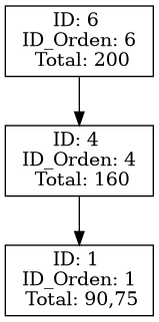
Above: FASE#2/AutoGest/reports/Facturacion.png in EstebanTrampe01/-EDD-1S2025_202300431 (Graphviz), before the change. Its source is kept beside it as FASE#2/AutoGest/reports/Facturacion.dot. Its diagram source:
```dot
digraph G {
rankdir=TB;
node [shape=record];
splines=true;
node0 [label="ID: 6 \n ID_Orden: 6 \n Total: 200"]
node0 -> node1;
node1 [label="ID: 4 \n ID_Orden: 4 \n Total: 160"]
node1 -> node2;
node2 [label="ID: 1 \n ID_Orden: 1 \n Total: 90,75"]
}
```
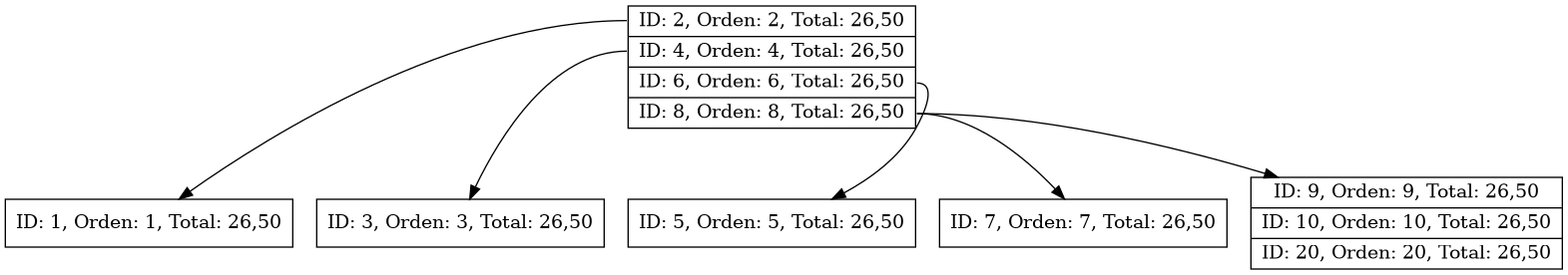
After the change.

The edit, as a diff of the source:
```diff
@@ -1,10 +1,15 @@
-digraph G {
-rankdir=TB;
-node [shape=record];
-splines=true;
-node0 [label="ID: 6 \n ID_Orden: 6 \n Total: 200"]
-node0 -> node1;
-node1 [label="ID: 4 \n ID_Orden: 4 \n Total: 160"]
-node1 -> node2;
-node2 [label="ID: 1 \n ID_Orden: 1 \n Total: 90,75"]
+digraph BTree {
+    node [shape=record];
+    rankdir=TB;
+    node0 [label="{<p0> ID: 2, Orden: 2, Total: 26,50|<p1> ID: 4, Orden: 4, Total: 26,50|<p2> ID: 6, Orden: 6, Total: 26,50|<p3> ID: 8, Orden: 8, Total: 26,50}"];
+    node1 [label="{<p0> ID: 1, Orden: 1, Total: 26,50}"];
+    node2 [label="{<p0> ID: 3, Orden: 3, Total: 26,50}"];
+    node3 [label="{<p0> ID: 5, Orden: 5, Total: 26,50}"];
+    node4 [label="{<p0> ID: 7, Orden: 7, Total: 26,50}"];
+    node5 [label="{<p0> ID: 9, Orden: 9, Total: 26,50|<p1> ID: 10, Orden: 10, Total: 26,50|<p2> ID: 20, Orden: 20, Total: 26,50}"];
+    node0:p0 -> node1;
+    node0:p1 -> node2;
+    node0:p2 -> node3;
+    node0:p3 -> node4;
+    node0:p3 -> node5;
 }
```
